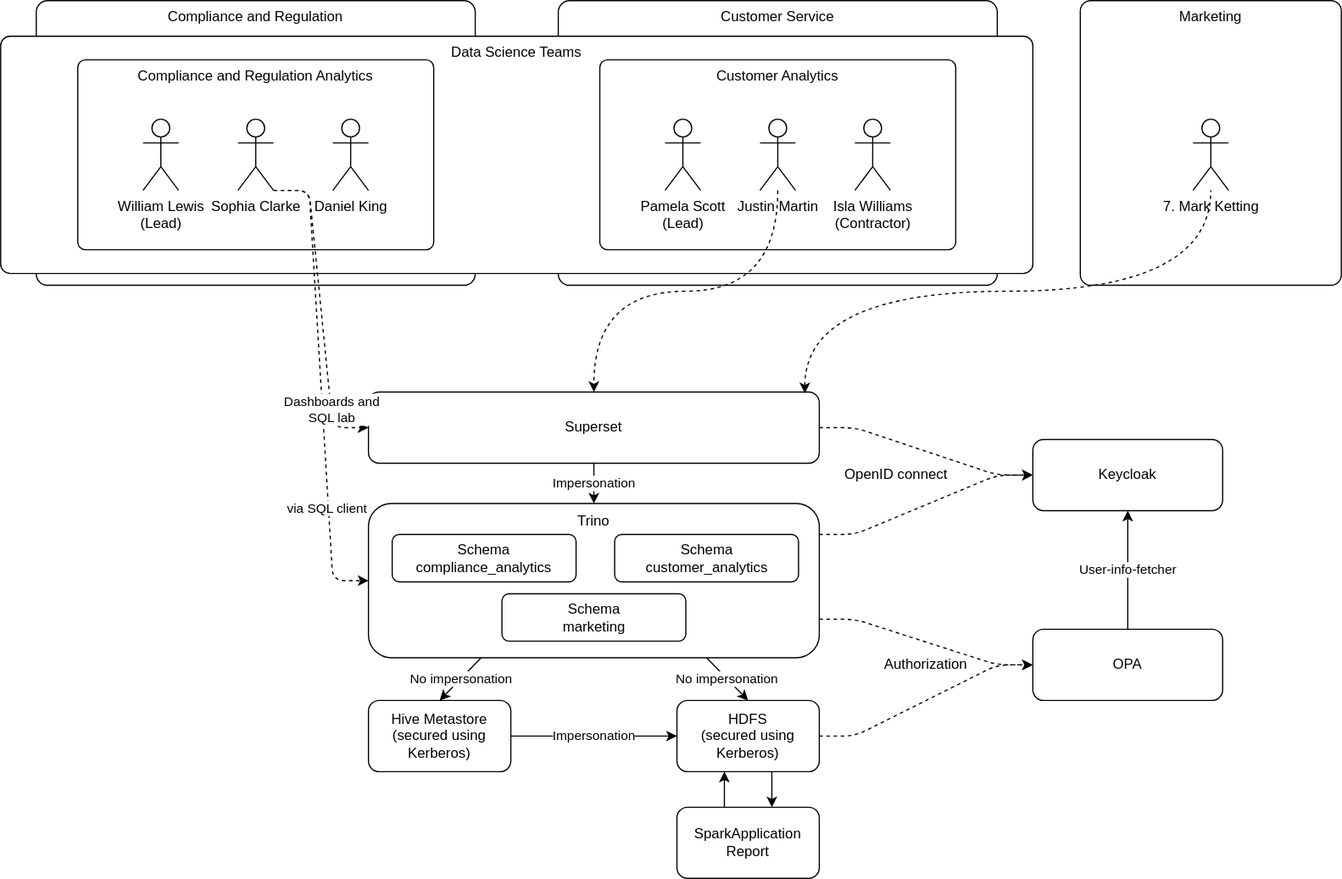
Earlier version of the draw.io export docs/modules/demos/images/end-to-end-security/overview.drawio.svg (viet-stackable/demos). Source tidied: cells renumbered, new cells last; positions are measured from the earlier drawing's top-left corner, leaving out a move shared by most shapes.
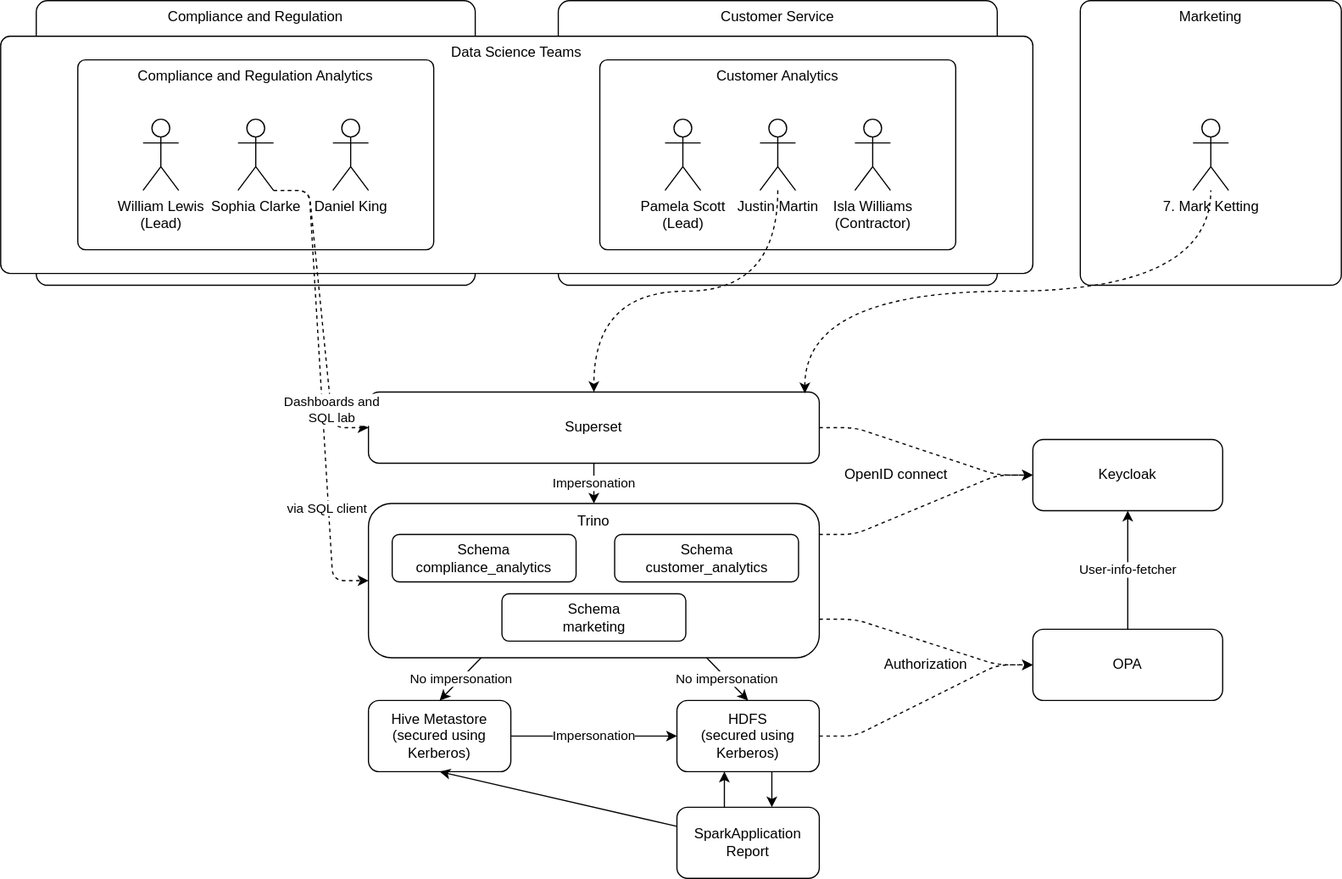
Later version of the same file.

Commit message:
docs: Fix Spark arrow in end-to-end-security diagram (#39)

Change to the diagram source:
```diff
@@ -135,6 +135,9 @@
         <mxPoint x="610" y="650" as="targetPoint" />
       </mxGeometry>
     </mxCell>
+    <mxCell id="44" style="edgeStyle=none;html=1;entryX=0.5;entryY=1;entryDx=0;entryDy=0;" parent="1" edge="1" source="43" target="17">
+      <mxGeometry relative="1" as="geometry" />
+    </mxCell>
     <mxCell id="43" value="&lt;div&gt;SparkApplication&lt;/div&gt;&lt;div&gt;Report&lt;br&gt;&lt;/div&gt;" style="rounded=1;whiteSpace=wrap;html=1;" parent="1" vertex="1">
       <mxGeometry x="570" y="680" width="120" height="60" as="geometry" />
     </mxCell>
```
